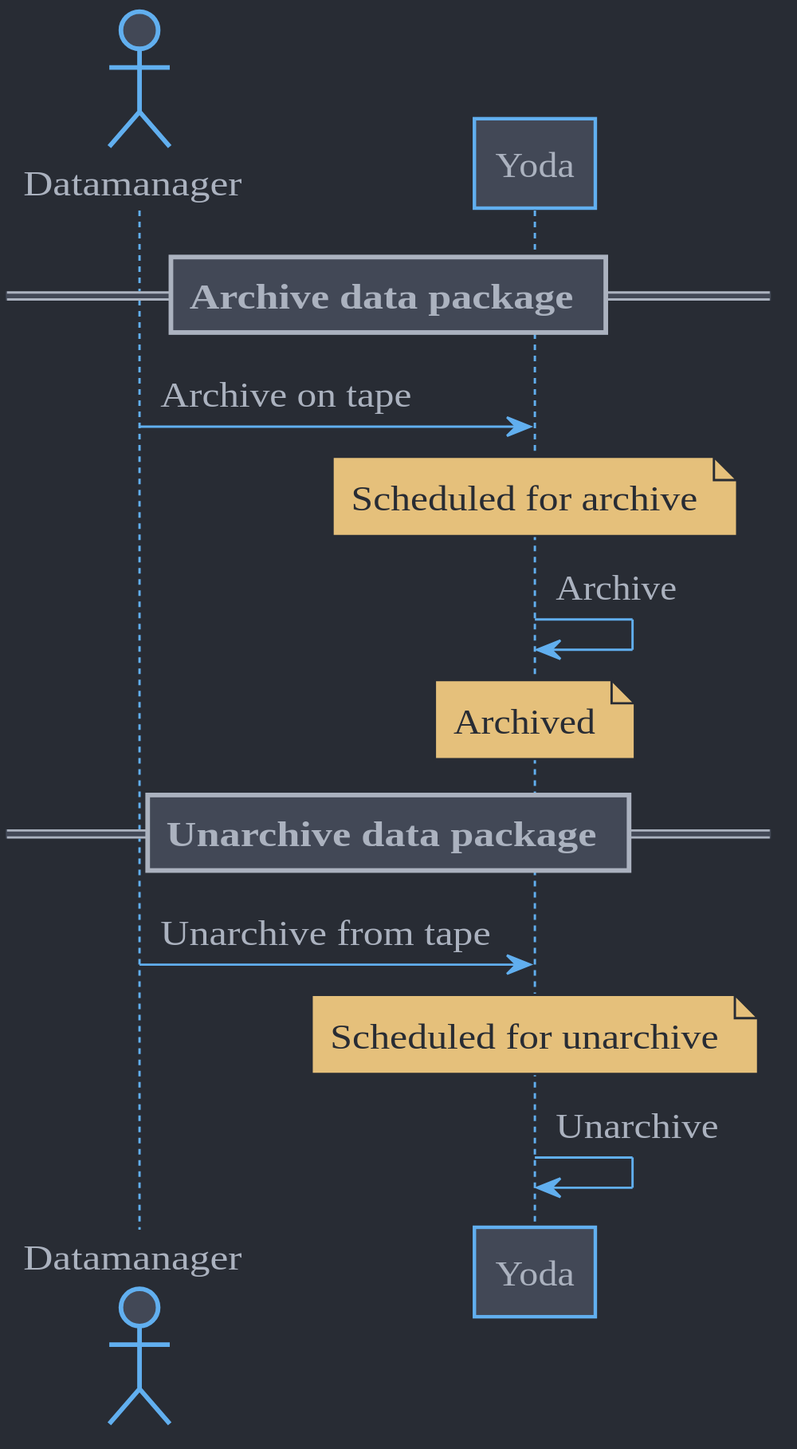
UtrechtUniversity/yoda keeps this PlantUML diagram as docs/design/overview/img/vault-archive/vault-archive-sequence-diagram.svg. Above is the earlier version. Source of this version:
```plantuml
@startuml





skinparam backgroundColor #282c34

skinparam {
  ActivityBackgroundColor        #424856
  ActivityBarColor               #abb2bf
  ActivityBorderColor            #61afef

  ActivityDiamondBackgroundColor #424856
  ActivityDiamondBorderColor     #61afef

  ActivityEndColor               #e06c75

  ActivityStartColor             #98c379
  ActivityStopColor              #e06c75

  ActorBackgroundColor        #424856
  ActorBorderColor            #61afef

  ActorStereotypeFontColor    #abb2bf

  AgentBackgroundColor       #424856
  AgentBorderColor           #61afef

  ArrowColor #61afef

  ArtifactBackgroundColor     #424856
  ArtifactBorderColor         #61afef

  BackgroundColor #282c34

  BoundaryBackgroundColor     #424856
  BoundaryBorderColor         #61afef

  CardBackgroundColor     #424856
  CardBorderColor         #61afef

  ClassBackgroundColor   #424856
  ClassBorderColor       #abb2bf

  CloudBackgroundColor        #424856
  CloudBorderColor            #61afef

  CollectionsBackgroundColor #424856
  CollectionsBorderColor     #61afef

  ComponentBackgroundColor       #424856
  ComponentBorderColor           #61afef

  ControlBackgroundColor #424856
  ControlBorderColor     #61afef
  ControlFontColor       #abb2bf

  ControlStereotypeFontColor #abb2bf

  DatabaseBackgroundColor       #424856
  DatabaseBorderColor           #61afef

  DefaultFontColor #abb2bf
  DefaultFontSize 15

  DefaultFontName CMU Serif

  Dpi 200

  EntityBackgroundColor #424856
  EntityBorderColor     #61afef

  FileBackgroundColor #424856
  FileBorderColor     #61afef

  FolderBackgroundColor #424856
  FolderBorderColor     #61afef

  FrameBackgroundColor       #424856
  FrameBorderColor           #61afef

  HexagonBackgroundColor #424856
  HexagonBorderColor     #61afef

  InterfaceBackgroundColor       #424856
  InterfaceBorderColor           #61afef

  LegendBackgroundColor   #424856
  LegendBorderColor       #abb2bf

  NodeBackgroundColor       #424856
  NodeBorderColor           #61afef

  NoteBackgroundColor   #e5c07b
  NoteBorderColor       #282c34

  NoteFontColor         #282c34

  ObjectBackgroundColor       #424856
  ObjectBorderColor           #61afef

  PackageBackgroundColor       #282c34
  PackageBorderColor           #61afef

  Padding 2
  ParticipantBackgroundColor #424856
  ParticipantBorderColor     #61afef

  PartitionBackgroundColor transparent
  PartitionBorderColor     #abb2bf

  PersonBackgroundColor #424856
  PersonBorderColor     #61afef

  QueueBackgroundColor       #424856
  QueueBorderColor           #61afef

  RectangleBackgroundColor       #424856
  RectangleBorderColor           #61afef

  SequenceBoxBackgroundColor #424856
  SequenceBoxBorderColor     #61afef

  SequenceDividerBackgroundColor   #424856
  SequenceDividerBorderColor       #abb2bf

  SequenceGroupBackgroundColor       #424856

  SequenceGroupBorderColor           #abb2bf

  SequenceLifeLineBackgroundColor   #282c34
  SequenceLifeLineBorderColor       #61afef

  SequenceNewpageSeparatorColor  #abb2bf

  SequenceReferenceBackgroundColor        transparent
  SequenceReferenceBorderColor            #abb2bf

  SequenceReferenceHeaderBackgroundColor #424856

  Shadowing false

  StackBackgroundColor       #424856
  StackBorderColor           #61afef

  StateBackgroundColor    #424856
  StateBorderColor        #61afef
  StateEndColor           #e06c75

  StateStartColor         #98c379

  StorageBackgroundColor #424856
  StorageBorderColor     #abb2bf

  SwimlaneBorderColor            #abb2bf

  UsecaseBackgroundColor       #424856
  UsecaseBorderColor           #61afef
}


actor       Datamanager as datamanager
participant Yoda        as yoda

== Archive data package ==
datamanager  -> yoda        : Archive on tape
note over yoda              : Scheduled for archive
yoda         -> yoda        : Archive
note over yoda              : Archived
== Unarchive data package ==
datamanager  -> yoda        : Unarchive from tape
note over yoda              : Scheduled for unarchive
yoda         -> yoda        : Unarchive
@enduml
```
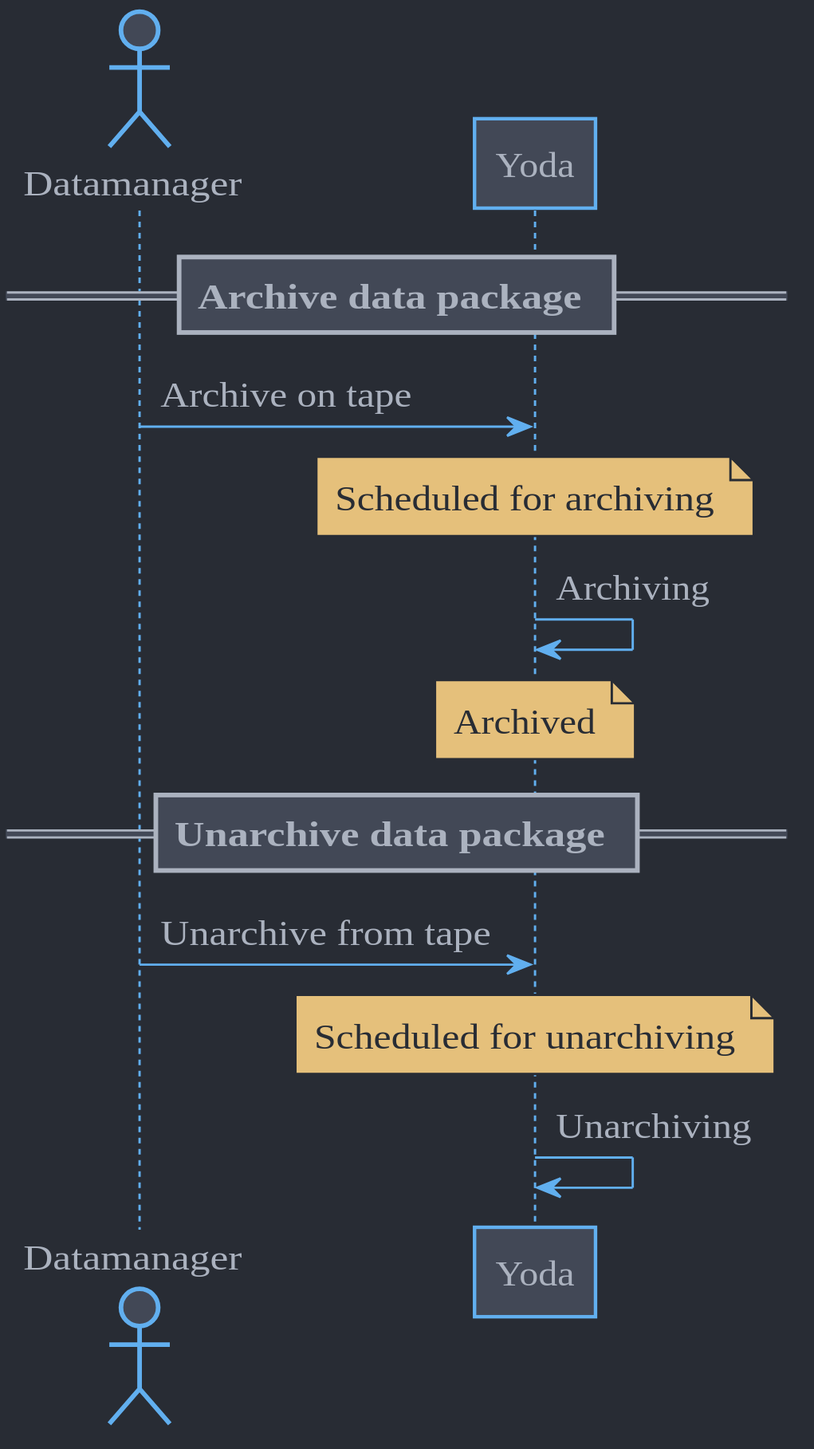
The same diagram one commit later.

Commit message:
Update vault archive design docs

The edit, as a diff of the source:
```diff
@@ -165,11 +165,11 @@
 
 == Archive data package ==
 datamanager  -> yoda        : Archive on tape
-note over yoda              : Scheduled for archive
-yoda         -> yoda        : Archive
+note over yoda              : Scheduled for archiving
+yoda         -> yoda        : Archiving
 note over yoda              : Archived
 == Unarchive data package ==
 datamanager  -> yoda        : Unarchive from tape
-note over yoda              : Scheduled for unarchive
-yoda         -> yoda        : Unarchive
+note over yoda              : Scheduled for unarchiving
+yoda         -> yoda        : Unarchiving
 @enduml
```
